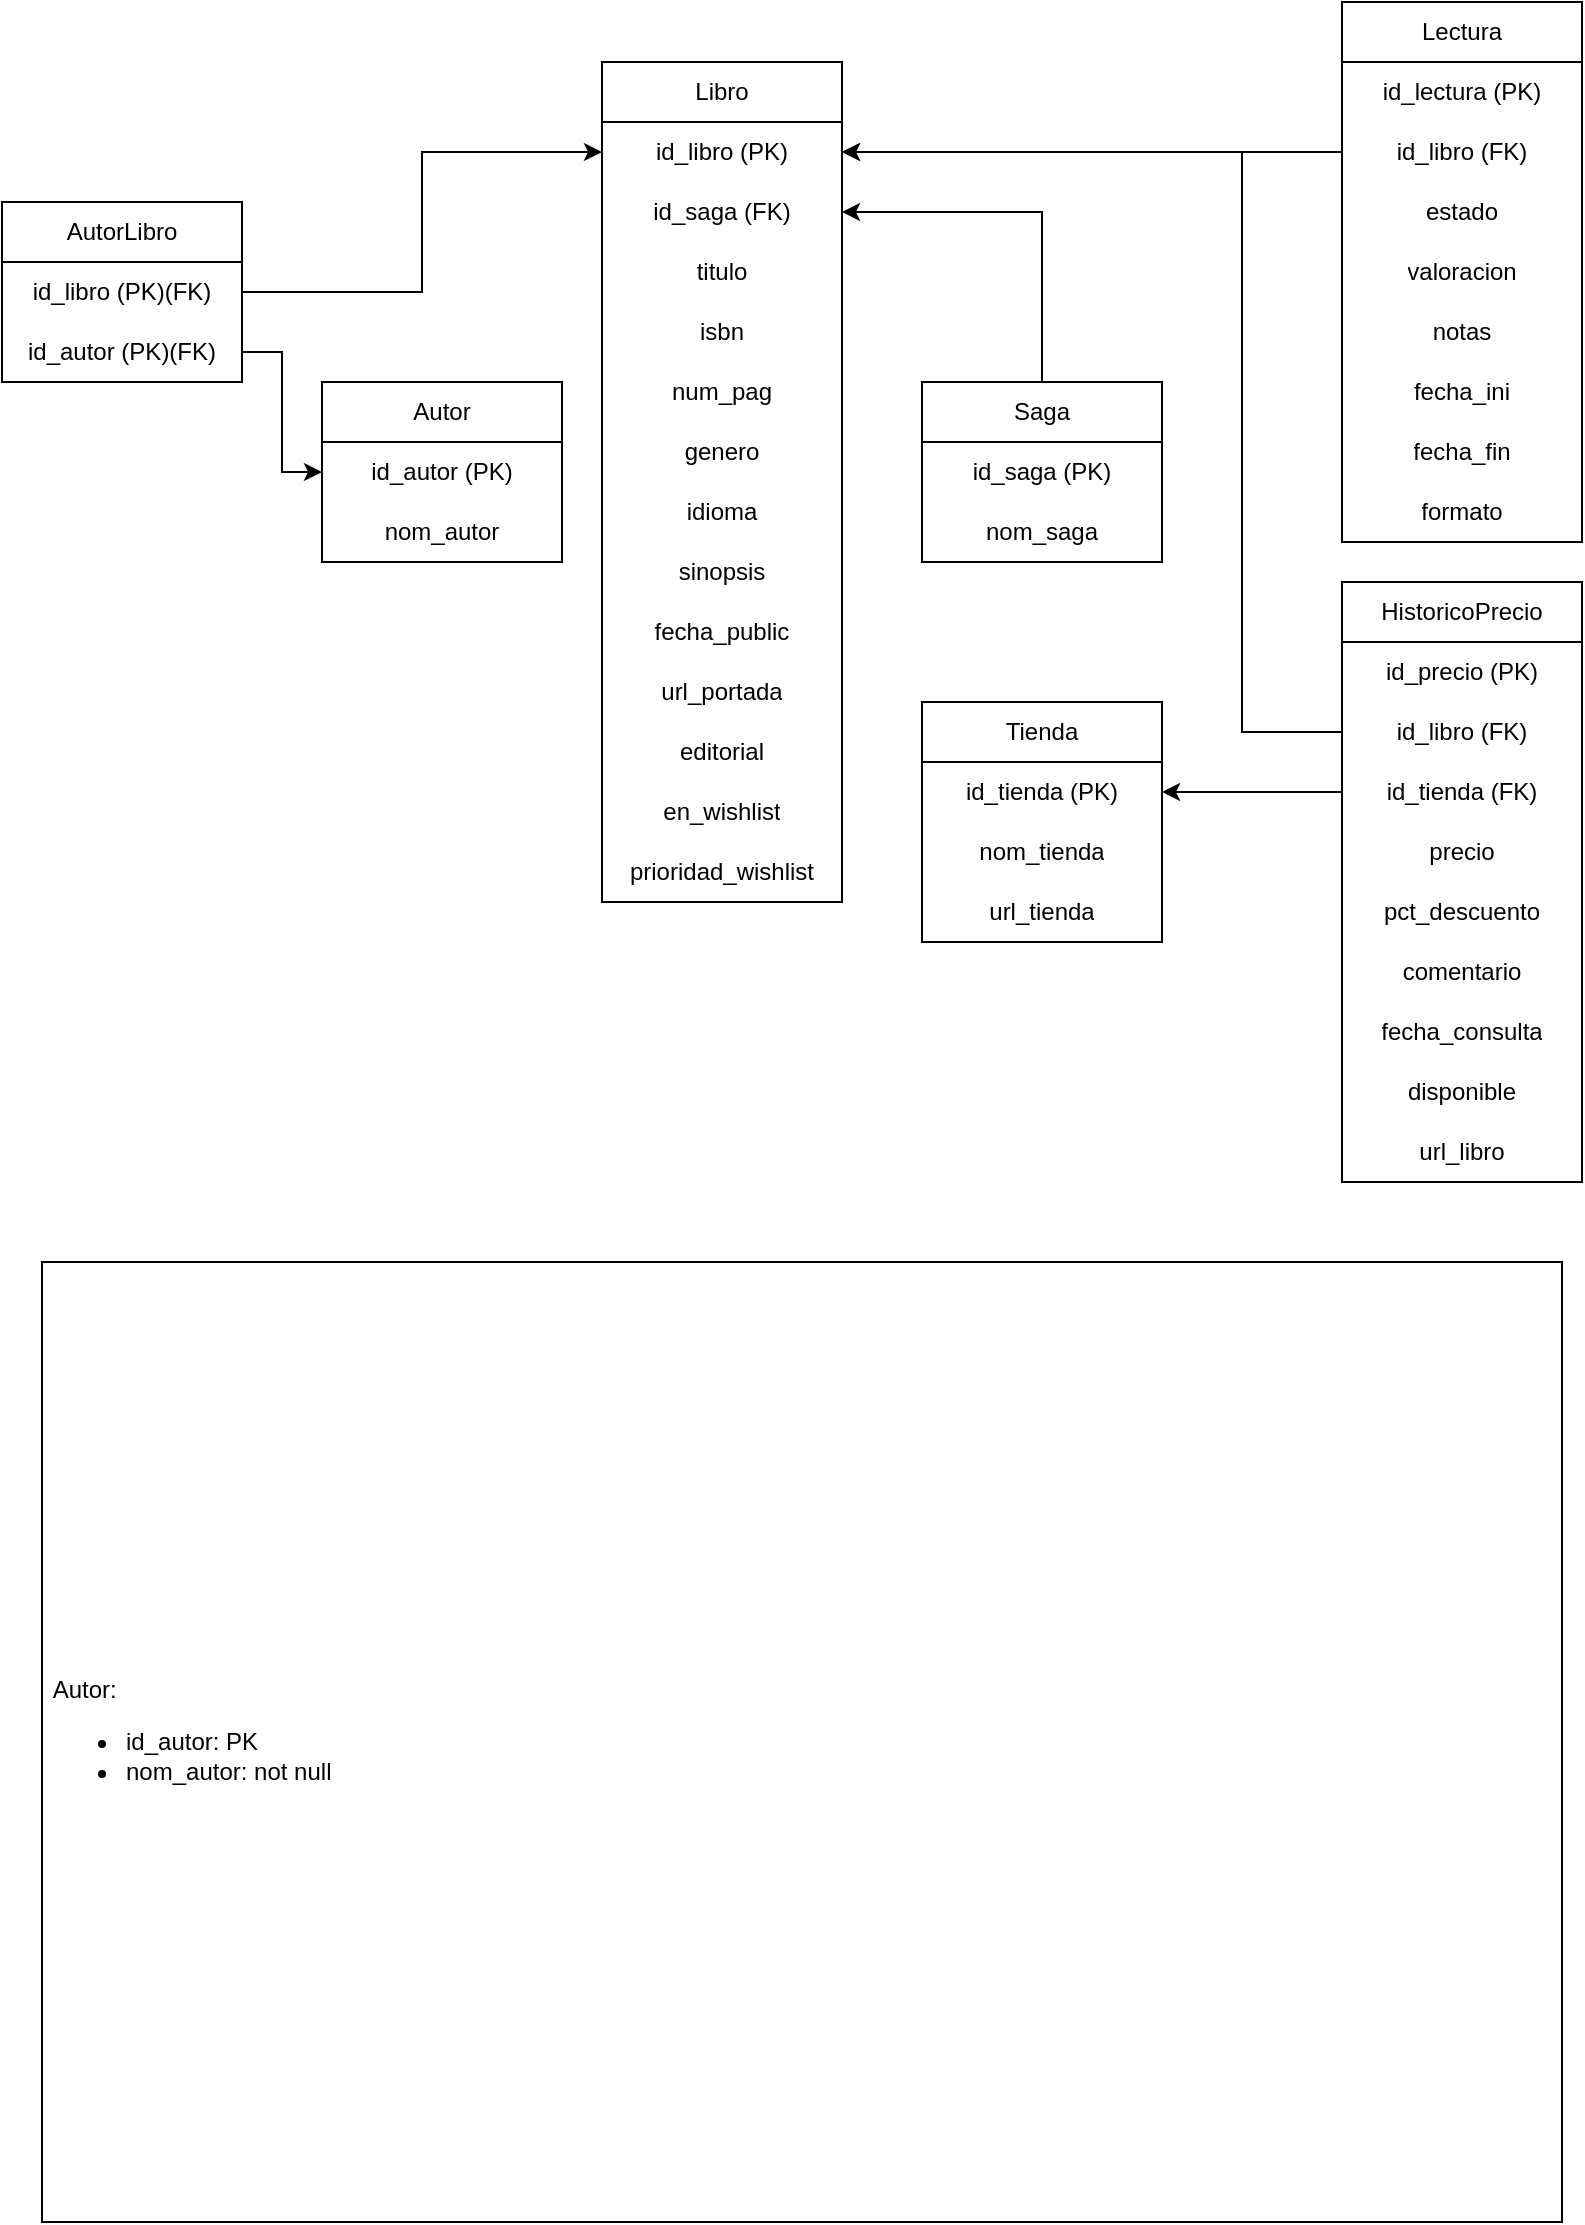
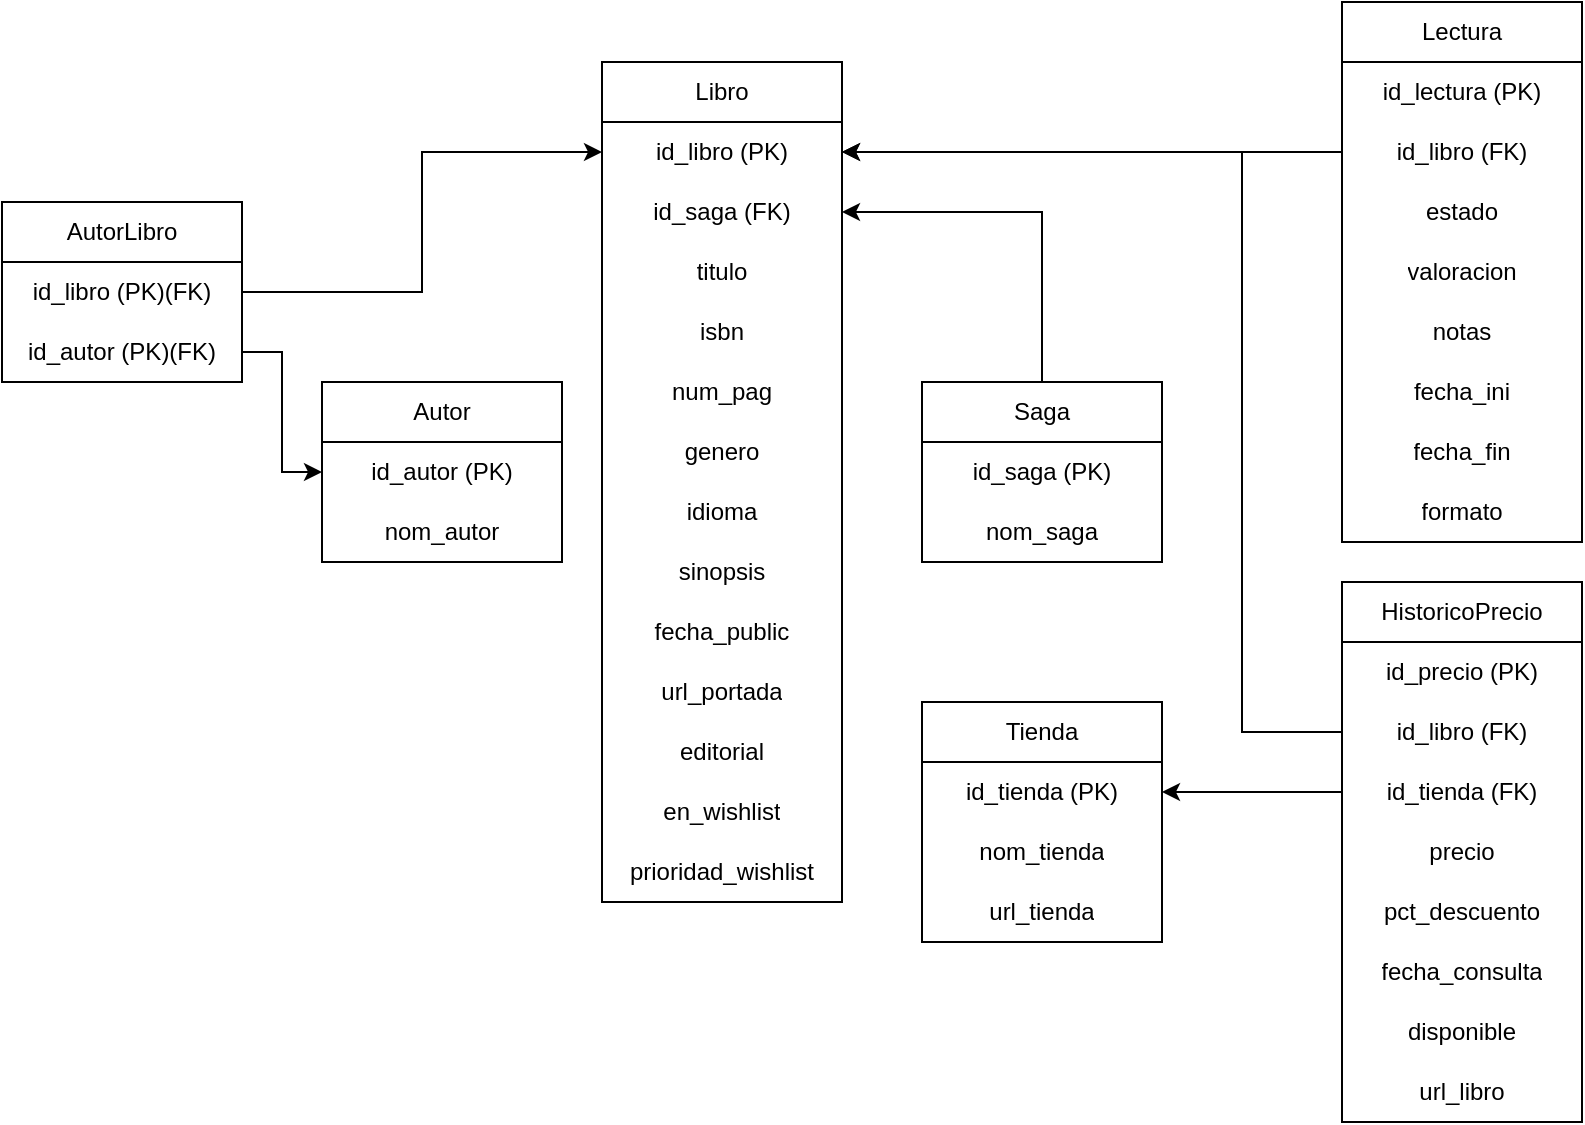
<mxfile host="app.diagrams.net">
  <diagram name="Page-1" id="43clveSkA00BWzA2pZKT">
    <mxGraphModel dx="1414" dy="777" grid="1" gridSize="10" guides="1" tooltips="1" connect="1" arrows="1" fold="1" page="1" pageScale="1" pageWidth="827" pageHeight="1169" math="0" shadow="0">
      <root>
        <mxCell id="0" />
        <mxCell id="1" parent="0" />
        <mxCell id="ughanFrk9LF8G0aV5Lb7-1" parent="1" style="swimlane;fontStyle=0;childLayout=stackLayout;horizontal=1;startSize=30;horizontalStack=0;resizeParent=1;resizeParentMax=0;resizeLast=0;collapsible=1;marginBottom=0;whiteSpace=wrap;html=1;" value="Libro" vertex="1">
          <mxGeometry height="420" width="120" x="320" y="40" as="geometry" />
        </mxCell>
        <mxCell id="ughanFrk9LF8G0aV5Lb7-6" parent="ughanFrk9LF8G0aV5Lb7-1" style="text;strokeColor=none;fillColor=none;align=center;verticalAlign=middle;spacingLeft=4;spacingRight=4;overflow=hidden;points=[[0,0.5],[1,0.5]];portConstraint=eastwest;rotatable=0;whiteSpace=wrap;html=1;" value="id_libro (PK)" vertex="1">
          <mxGeometry height="30" width="120" y="30" as="geometry" />
        </mxCell>
        <mxCell id="ughanFrk9LF8G0aV5Lb7-47" parent="ughanFrk9LF8G0aV5Lb7-1" style="text;strokeColor=none;fillColor=none;align=center;verticalAlign=middle;spacingLeft=4;spacingRight=4;overflow=hidden;points=[[0,0.5],[1,0.5]];portConstraint=eastwest;rotatable=0;whiteSpace=wrap;html=1;" value="id_saga (FK)" vertex="1">
          <mxGeometry height="30" width="120" y="60" as="geometry" />
        </mxCell>
        <mxCell id="ughanFrk9LF8G0aV5Lb7-7" parent="ughanFrk9LF8G0aV5Lb7-1" style="text;strokeColor=none;fillColor=none;align=center;verticalAlign=middle;spacingLeft=4;spacingRight=4;overflow=hidden;points=[[0,0.5],[1,0.5]];portConstraint=eastwest;rotatable=0;whiteSpace=wrap;html=1;" value="titulo" vertex="1">
          <mxGeometry height="30" width="120" y="90" as="geometry" />
        </mxCell>
        <mxCell id="ughanFrk9LF8G0aV5Lb7-8" parent="ughanFrk9LF8G0aV5Lb7-1" style="text;strokeColor=none;fillColor=none;align=center;verticalAlign=middle;spacingLeft=4;spacingRight=4;overflow=hidden;points=[[0,0.5],[1,0.5]];portConstraint=eastwest;rotatable=0;whiteSpace=wrap;html=1;" value="isbn" vertex="1">
          <mxGeometry height="30" width="120" y="120" as="geometry" />
        </mxCell>
        <mxCell id="ughanFrk9LF8G0aV5Lb7-9" parent="ughanFrk9LF8G0aV5Lb7-1" style="text;strokeColor=none;fillColor=none;align=center;verticalAlign=middle;spacingLeft=4;spacingRight=4;overflow=hidden;points=[[0,0.5],[1,0.5]];portConstraint=eastwest;rotatable=0;whiteSpace=wrap;html=1;" value="num_pag" vertex="1">
          <mxGeometry height="30" width="120" y="150" as="geometry" />
        </mxCell>
        <mxCell id="ughanFrk9LF8G0aV5Lb7-10" parent="ughanFrk9LF8G0aV5Lb7-1" style="text;strokeColor=none;fillColor=none;align=center;verticalAlign=middle;spacingLeft=4;spacingRight=4;overflow=hidden;points=[[0,0.5],[1,0.5]];portConstraint=eastwest;rotatable=0;whiteSpace=wrap;html=1;" value="genero" vertex="1">
          <mxGeometry height="30" width="120" y="180" as="geometry" />
        </mxCell>
        <mxCell id="ughanFrk9LF8G0aV5Lb7-11" parent="ughanFrk9LF8G0aV5Lb7-1" style="text;strokeColor=none;fillColor=none;align=center;verticalAlign=middle;spacingLeft=4;spacingRight=4;overflow=hidden;points=[[0,0.5],[1,0.5]];portConstraint=eastwest;rotatable=0;whiteSpace=wrap;html=1;" value="idioma" vertex="1">
          <mxGeometry height="30" width="120" y="210" as="geometry" />
        </mxCell>
        <mxCell id="ughanFrk9LF8G0aV5Lb7-12" parent="ughanFrk9LF8G0aV5Lb7-1" style="text;strokeColor=none;fillColor=none;align=center;verticalAlign=middle;spacingLeft=4;spacingRight=4;overflow=hidden;points=[[0,0.5],[1,0.5]];portConstraint=eastwest;rotatable=0;whiteSpace=wrap;html=1;" value="sinopsis" vertex="1">
          <mxGeometry height="30" width="120" y="240" as="geometry" />
        </mxCell>
        <mxCell id="ughanFrk9LF8G0aV5Lb7-13" parent="ughanFrk9LF8G0aV5Lb7-1" style="text;strokeColor=none;fillColor=none;align=center;verticalAlign=middle;spacingLeft=4;spacingRight=4;overflow=hidden;points=[[0,0.5],[1,0.5]];portConstraint=eastwest;rotatable=0;whiteSpace=wrap;html=1;" value="fecha_public" vertex="1">
          <mxGeometry height="30" width="120" y="270" as="geometry" />
        </mxCell>
        <mxCell id="ughanFrk9LF8G0aV5Lb7-14" parent="ughanFrk9LF8G0aV5Lb7-1" style="text;strokeColor=none;fillColor=none;align=center;verticalAlign=middle;spacingLeft=4;spacingRight=4;overflow=hidden;points=[[0,0.5],[1,0.5]];portConstraint=eastwest;rotatable=0;whiteSpace=wrap;html=1;" value="url_portada" vertex="1">
          <mxGeometry height="30" width="120" y="300" as="geometry" />
        </mxCell>
        <mxCell id="ughanFrk9LF8G0aV5Lb7-5" parent="ughanFrk9LF8G0aV5Lb7-1" style="text;strokeColor=none;fillColor=none;align=center;verticalAlign=middle;spacingLeft=4;spacingRight=4;overflow=hidden;points=[[0,0.5],[1,0.5]];portConstraint=eastwest;rotatable=0;whiteSpace=wrap;html=1;" value="editorial" vertex="1">
          <mxGeometry height="30" width="120" y="330" as="geometry" />
        </mxCell>
        <mxCell id="ughanFrk9LF8G0aV5Lb7-3" parent="ughanFrk9LF8G0aV5Lb7-1" style="text;strokeColor=none;fillColor=none;align=center;verticalAlign=middle;spacingLeft=4;spacingRight=4;overflow=hidden;points=[[0,0.5],[1,0.5]];portConstraint=eastwest;rotatable=0;whiteSpace=wrap;html=1;" value="en_wishlist" vertex="1">
          <mxGeometry height="30" width="120" y="360" as="geometry" />
        </mxCell>
        <mxCell id="ughanFrk9LF8G0aV5Lb7-4" parent="ughanFrk9LF8G0aV5Lb7-1" style="text;strokeColor=none;fillColor=none;align=center;verticalAlign=middle;spacingLeft=4;spacingRight=4;overflow=hidden;points=[[0,0.5],[1,0.5]];portConstraint=eastwest;rotatable=0;whiteSpace=wrap;html=1;" value="prioridad_wishlist" vertex="1">
          <mxGeometry height="30" width="120" y="390" as="geometry" />
        </mxCell>
        <mxCell id="ughanFrk9LF8G0aV5Lb7-49" edge="1" parent="1" source="ughanFrk9LF8G0aV5Lb7-15" style="edgeStyle=orthogonalEdgeStyle;rounded=0;orthogonalLoop=1;jettySize=auto;html=1;" target="ughanFrk9LF8G0aV5Lb7-47">
          <mxGeometry relative="1" as="geometry" />
        </mxCell>
        <mxCell id="ughanFrk9LF8G0aV5Lb7-15" parent="1" style="swimlane;fontStyle=0;childLayout=stackLayout;horizontal=1;startSize=30;horizontalStack=0;resizeParent=1;resizeParentMax=0;resizeLast=0;collapsible=1;marginBottom=0;whiteSpace=wrap;html=1;" value="Saga" vertex="1">
          <mxGeometry height="90" width="120" x="480" y="200" as="geometry" />
        </mxCell>
        <mxCell id="ughanFrk9LF8G0aV5Lb7-16" parent="ughanFrk9LF8G0aV5Lb7-15" style="text;strokeColor=none;fillColor=none;align=center;verticalAlign=middle;spacingLeft=4;spacingRight=4;overflow=hidden;points=[[0,0.5],[1,0.5]];portConstraint=eastwest;rotatable=0;whiteSpace=wrap;html=1;" value="id_saga (PK)" vertex="1">
          <mxGeometry height="30" width="120" y="30" as="geometry" />
        </mxCell>
        <mxCell id="ughanFrk9LF8G0aV5Lb7-17" parent="ughanFrk9LF8G0aV5Lb7-15" style="text;strokeColor=none;fillColor=none;align=center;verticalAlign=middle;spacingLeft=4;spacingRight=4;overflow=hidden;points=[[0,0.5],[1,0.5]];portConstraint=eastwest;rotatable=0;whiteSpace=wrap;html=1;" value="nom_saga" vertex="1">
          <mxGeometry height="30" width="120" y="60" as="geometry" />
        </mxCell>
        <mxCell id="ughanFrk9LF8G0aV5Lb7-21" parent="1" style="swimlane;fontStyle=0;childLayout=stackLayout;horizontal=1;startSize=30;horizontalStack=0;resizeParent=1;resizeParentMax=0;resizeLast=0;collapsible=1;marginBottom=0;whiteSpace=wrap;html=1;" value="Autor" vertex="1">
          <mxGeometry height="90" width="120" x="180" y="200" as="geometry" />
        </mxCell>
        <mxCell id="ughanFrk9LF8G0aV5Lb7-22" parent="ughanFrk9LF8G0aV5Lb7-21" style="text;strokeColor=none;fillColor=none;align=center;verticalAlign=middle;spacingLeft=4;spacingRight=4;overflow=hidden;points=[[0,0.5],[1,0.5]];portConstraint=eastwest;rotatable=0;whiteSpace=wrap;html=1;" value="id_autor (PK)" vertex="1">
          <mxGeometry height="30" width="120" y="30" as="geometry" />
        </mxCell>
        <mxCell id="ughanFrk9LF8G0aV5Lb7-23" parent="ughanFrk9LF8G0aV5Lb7-21" style="text;strokeColor=none;fillColor=none;align=center;verticalAlign=middle;spacingLeft=4;spacingRight=4;overflow=hidden;points=[[0,0.5],[1,0.5]];portConstraint=eastwest;rotatable=0;whiteSpace=wrap;html=1;" value="nom_autor" vertex="1">
          <mxGeometry height="30" width="120" y="60" as="geometry" />
        </mxCell>
        <mxCell id="ughanFrk9LF8G0aV5Lb7-24" parent="1" style="swimlane;fontStyle=0;childLayout=stackLayout;horizontal=1;startSize=30;horizontalStack=0;resizeParent=1;resizeParentMax=0;resizeLast=0;collapsible=1;marginBottom=0;whiteSpace=wrap;html=1;" value="Lectura" vertex="1">
          <mxGeometry height="270" width="120" x="690" y="10" as="geometry" />
        </mxCell>
        <mxCell id="ughanFrk9LF8G0aV5Lb7-25" parent="ughanFrk9LF8G0aV5Lb7-24" style="text;strokeColor=none;fillColor=none;align=center;verticalAlign=middle;spacingLeft=4;spacingRight=4;overflow=hidden;points=[[0,0.5],[1,0.5]];portConstraint=eastwest;rotatable=0;whiteSpace=wrap;html=1;" value="id_lectura (PK)" vertex="1">
          <mxGeometry height="30" width="120" y="30" as="geometry" />
        </mxCell>
        <mxCell id="ughanFrk9LF8G0aV5Lb7-52" parent="ughanFrk9LF8G0aV5Lb7-24" style="text;strokeColor=none;fillColor=none;align=center;verticalAlign=middle;spacingLeft=4;spacingRight=4;overflow=hidden;points=[[0,0.5],[1,0.5]];portConstraint=eastwest;rotatable=0;whiteSpace=wrap;html=1;" value="id_libro (FK)" vertex="1">
          <mxGeometry height="30" width="120" y="60" as="geometry" />
        </mxCell>
        <mxCell id="ughanFrk9LF8G0aV5Lb7-69" parent="ughanFrk9LF8G0aV5Lb7-24" style="text;strokeColor=none;fillColor=none;align=center;verticalAlign=middle;spacingLeft=4;spacingRight=4;overflow=hidden;points=[[0,0.5],[1,0.5]];portConstraint=eastwest;rotatable=0;whiteSpace=wrap;html=1;" value="estado" vertex="1">
          <mxGeometry height="30" width="120" y="90" as="geometry" />
        </mxCell>
        <mxCell id="ughanFrk9LF8G0aV5Lb7-26" parent="ughanFrk9LF8G0aV5Lb7-24" style="text;strokeColor=none;fillColor=none;align=center;verticalAlign=middle;spacingLeft=4;spacingRight=4;overflow=hidden;points=[[0,0.5],[1,0.5]];portConstraint=eastwest;rotatable=0;whiteSpace=wrap;html=1;" value="valoracion" vertex="1">
          <mxGeometry height="30" width="120" y="120" as="geometry" />
        </mxCell>
        <mxCell id="ughanFrk9LF8G0aV5Lb7-30" parent="ughanFrk9LF8G0aV5Lb7-24" style="text;strokeColor=none;fillColor=none;align=center;verticalAlign=middle;spacingLeft=4;spacingRight=4;overflow=hidden;points=[[0,0.5],[1,0.5]];portConstraint=eastwest;rotatable=0;whiteSpace=wrap;html=1;" value="notas" vertex="1">
          <mxGeometry height="30" width="120" y="150" as="geometry" />
        </mxCell>
        <mxCell id="ughanFrk9LF8G0aV5Lb7-29" parent="ughanFrk9LF8G0aV5Lb7-24" style="text;strokeColor=none;fillColor=none;align=center;verticalAlign=middle;spacingLeft=4;spacingRight=4;overflow=hidden;points=[[0,0.5],[1,0.5]];portConstraint=eastwest;rotatable=0;whiteSpace=wrap;html=1;" value="fecha_ini" vertex="1">
          <mxGeometry height="30" width="120" y="180" as="geometry" />
        </mxCell>
        <mxCell id="ughanFrk9LF8G0aV5Lb7-28" parent="ughanFrk9LF8G0aV5Lb7-24" style="text;strokeColor=none;fillColor=none;align=center;verticalAlign=middle;spacingLeft=4;spacingRight=4;overflow=hidden;points=[[0,0.5],[1,0.5]];portConstraint=eastwest;rotatable=0;whiteSpace=wrap;html=1;" value="fecha_fin" vertex="1">
          <mxGeometry height="30" width="120" y="210" as="geometry" />
        </mxCell>
        <mxCell id="ughanFrk9LF8G0aV5Lb7-27" parent="ughanFrk9LF8G0aV5Lb7-24" style="text;strokeColor=none;fillColor=none;align=center;verticalAlign=middle;spacingLeft=4;spacingRight=4;overflow=hidden;points=[[0,0.5],[1,0.5]];portConstraint=eastwest;rotatable=0;whiteSpace=wrap;html=1;" value="formato" vertex="1">
          <mxGeometry height="30" width="120" y="240" as="geometry" />
        </mxCell>
        <mxCell id="ughanFrk9LF8G0aV5Lb7-35" parent="1" style="swimlane;fontStyle=0;childLayout=stackLayout;horizontal=1;startSize=30;horizontalStack=0;resizeParent=1;resizeParentMax=0;resizeLast=0;collapsible=1;marginBottom=0;whiteSpace=wrap;html=1;" value="Tienda" vertex="1">
          <mxGeometry height="120" width="120" x="480" y="360" as="geometry" />
        </mxCell>
        <mxCell id="ughanFrk9LF8G0aV5Lb7-36" parent="ughanFrk9LF8G0aV5Lb7-35" style="text;strokeColor=none;fillColor=none;align=center;verticalAlign=middle;spacingLeft=4;spacingRight=4;overflow=hidden;points=[[0,0.5],[1,0.5]];portConstraint=eastwest;rotatable=0;whiteSpace=wrap;html=1;" value="id_tienda (PK)" vertex="1">
          <mxGeometry height="30" width="120" y="30" as="geometry" />
        </mxCell>
        <mxCell id="ughanFrk9LF8G0aV5Lb7-37" parent="ughanFrk9LF8G0aV5Lb7-35" style="text;strokeColor=none;fillColor=none;align=center;verticalAlign=middle;spacingLeft=4;spacingRight=4;overflow=hidden;points=[[0,0.5],[1,0.5]];portConstraint=eastwest;rotatable=0;whiteSpace=wrap;html=1;" value="nom_tienda" vertex="1">
          <mxGeometry height="30" width="120" y="60" as="geometry" />
        </mxCell>
        <mxCell id="ughanFrk9LF8G0aV5Lb7-38" parent="ughanFrk9LF8G0aV5Lb7-35" style="text;strokeColor=none;fillColor=none;align=center;verticalAlign=middle;spacingLeft=4;spacingRight=4;overflow=hidden;points=[[0,0.5],[1,0.5]];portConstraint=eastwest;rotatable=0;whiteSpace=wrap;html=1;" value="url_tienda" vertex="1">
          <mxGeometry height="30" width="120" y="90" as="geometry" />
        </mxCell>
        <mxCell id="ughanFrk9LF8G0aV5Lb7-39" parent="1" style="swimlane;fontStyle=0;childLayout=stackLayout;horizontal=1;startSize=30;horizontalStack=0;resizeParent=1;resizeParentMax=0;resizeLast=0;collapsible=1;marginBottom=0;whiteSpace=wrap;html=1;" value="HistoricoPrecio" vertex="1">
-           <mxGeometry height="300" width="120" x="690" y="300" as="geometry" />
+           <mxGeometry height="270" width="120" x="690" y="300" as="geometry" />
        </mxCell>
        <mxCell id="ughanFrk9LF8G0aV5Lb7-40" parent="ughanFrk9LF8G0aV5Lb7-39" style="text;strokeColor=none;fillColor=none;align=center;verticalAlign=middle;spacingLeft=4;spacingRight=4;overflow=hidden;points=[[0,0.5],[1,0.5]];portConstraint=eastwest;rotatable=0;whiteSpace=wrap;html=1;" value="id_precio (PK)" vertex="1">
          <mxGeometry height="30" width="120" y="30" as="geometry" />
        </mxCell>
        <mxCell id="ughanFrk9LF8G0aV5Lb7-63" parent="ughanFrk9LF8G0aV5Lb7-39" style="text;strokeColor=none;fillColor=none;align=center;verticalAlign=middle;spacingLeft=4;spacingRight=4;overflow=hidden;points=[[0,0.5],[1,0.5]];portConstraint=eastwest;rotatable=0;whiteSpace=wrap;html=1;" value="id_libro (FK)" vertex="1">
          <mxGeometry height="30" width="120" y="60" as="geometry" />
        </mxCell>
        <mxCell id="ughanFrk9LF8G0aV5Lb7-67" parent="ughanFrk9LF8G0aV5Lb7-39" style="text;strokeColor=none;fillColor=none;align=center;verticalAlign=middle;spacingLeft=4;spacingRight=4;overflow=hidden;points=[[0,0.5],[1,0.5]];portConstraint=eastwest;rotatable=0;whiteSpace=wrap;html=1;" value="id_tienda (FK)" vertex="1">
          <mxGeometry height="30" width="120" y="90" as="geometry" />
        </mxCell>
        <mxCell id="ughanFrk9LF8G0aV5Lb7-41" parent="ughanFrk9LF8G0aV5Lb7-39" style="text;strokeColor=none;fillColor=none;align=center;verticalAlign=middle;spacingLeft=4;spacingRight=4;overflow=hidden;points=[[0,0.5],[1,0.5]];portConstraint=eastwest;rotatable=0;whiteSpace=wrap;html=1;" value="precio" vertex="1">
          <mxGeometry height="30" width="120" y="120" as="geometry" />
        </mxCell>
        <mxCell id="ughanFrk9LF8G0aV5Lb7-42" parent="ughanFrk9LF8G0aV5Lb7-39" style="text;strokeColor=none;fillColor=none;align=center;verticalAlign=middle;spacingLeft=4;spacingRight=4;overflow=hidden;points=[[0,0.5],[1,0.5]];portConstraint=eastwest;rotatable=0;whiteSpace=wrap;html=1;" value="pct_descuento" vertex="1">
          <mxGeometry height="30" width="120" y="150" as="geometry" />
        </mxCell>
-         <mxCell id="ughanFrk9LF8G0aV5Lb7-43" parent="ughanFrk9LF8G0aV5Lb7-39" style="text;strokeColor=none;fillColor=none;align=center;verticalAlign=middle;spacingLeft=4;spacingRight=4;overflow=hidden;points=[[0,0.5],[1,0.5]];portConstraint=eastwest;rotatable=0;whiteSpace=wrap;html=1;" value="comentario" vertex="1">
+         <mxCell id="ughanFrk9LF8G0aV5Lb7-44" parent="ughanFrk9LF8G0aV5Lb7-39" style="text;strokeColor=none;fillColor=none;align=center;verticalAlign=middle;spacingLeft=4;spacingRight=4;overflow=hidden;points=[[0,0.5],[1,0.5]];portConstraint=eastwest;rotatable=0;whiteSpace=wrap;html=1;" value="fecha_consulta" vertex="1">
          <mxGeometry height="30" width="120" y="180" as="geometry" />
        </mxCell>
-         <mxCell id="ughanFrk9LF8G0aV5Lb7-44" parent="ughanFrk9LF8G0aV5Lb7-39" style="text;strokeColor=none;fillColor=none;align=center;verticalAlign=middle;spacingLeft=4;spacingRight=4;overflow=hidden;points=[[0,0.5],[1,0.5]];portConstraint=eastwest;rotatable=0;whiteSpace=wrap;html=1;" value="fecha_consulta" vertex="1">
+         <mxCell id="ughanFrk9LF8G0aV5Lb7-45" parent="ughanFrk9LF8G0aV5Lb7-39" style="text;strokeColor=none;fillColor=none;align=center;verticalAlign=middle;spacingLeft=4;spacingRight=4;overflow=hidden;points=[[0,0.5],[1,0.5]];portConstraint=eastwest;rotatable=0;whiteSpace=wrap;html=1;" value="disponible" vertex="1">
          <mxGeometry height="30" width="120" y="210" as="geometry" />
        </mxCell>
-         <mxCell id="ughanFrk9LF8G0aV5Lb7-45" parent="ughanFrk9LF8G0aV5Lb7-39" style="text;strokeColor=none;fillColor=none;align=center;verticalAlign=middle;spacingLeft=4;spacingRight=4;overflow=hidden;points=[[0,0.5],[1,0.5]];portConstraint=eastwest;rotatable=0;whiteSpace=wrap;html=1;" value="disponible" vertex="1">
+         <mxCell id="ughanFrk9LF8G0aV5Lb7-46" parent="ughanFrk9LF8G0aV5Lb7-39" style="text;strokeColor=none;fillColor=none;align=center;verticalAlign=middle;spacingLeft=4;spacingRight=4;overflow=hidden;points=[[0,0.5],[1,0.5]];portConstraint=eastwest;rotatable=0;whiteSpace=wrap;html=1;" value="url_libro" vertex="1">
          <mxGeometry height="30" width="120" y="240" as="geometry" />
-         </mxCell>
-         <mxCell id="ughanFrk9LF8G0aV5Lb7-46" parent="ughanFrk9LF8G0aV5Lb7-39" style="text;strokeColor=none;fillColor=none;align=center;verticalAlign=middle;spacingLeft=4;spacingRight=4;overflow=hidden;points=[[0,0.5],[1,0.5]];portConstraint=eastwest;rotatable=0;whiteSpace=wrap;html=1;" value="url_libro" vertex="1">
-           <mxGeometry height="30" width="120" y="270" as="geometry" />
        </mxCell>
        <mxCell id="ughanFrk9LF8G0aV5Lb7-58" parent="1" style="swimlane;fontStyle=0;childLayout=stackLayout;horizontal=1;startSize=30;horizontalStack=0;resizeParent=1;resizeParentMax=0;resizeLast=0;collapsible=1;marginBottom=0;whiteSpace=wrap;html=1;" value="AutorLibro" vertex="1">
          <mxGeometry height="90" width="120" x="20" y="110" as="geometry" />
        </mxCell>
        <mxCell id="ughanFrk9LF8G0aV5Lb7-60" parent="ughanFrk9LF8G0aV5Lb7-58" style="text;strokeColor=none;fillColor=none;align=center;verticalAlign=middle;spacingLeft=4;spacingRight=4;overflow=hidden;points=[[0,0.5],[1,0.5]];portConstraint=eastwest;rotatable=0;whiteSpace=wrap;html=1;" value="id_libro (PK)(FK)" vertex="1">
          <mxGeometry height="30" width="120" y="30" as="geometry" />
        </mxCell>
        <mxCell id="ughanFrk9LF8G0aV5Lb7-59" parent="ughanFrk9LF8G0aV5Lb7-58" style="text;strokeColor=none;fillColor=none;align=center;verticalAlign=middle;spacingLeft=4;spacingRight=4;overflow=hidden;points=[[0,0.5],[1,0.5]];portConstraint=eastwest;rotatable=0;whiteSpace=wrap;html=1;" value="id_autor (PK)(FK)" vertex="1">
          <mxGeometry height="30" width="120" y="60" as="geometry" />
        </mxCell>
        <mxCell id="ughanFrk9LF8G0aV5Lb7-61" edge="1" parent="1" source="ughanFrk9LF8G0aV5Lb7-59" style="edgeStyle=orthogonalEdgeStyle;rounded=0;orthogonalLoop=1;jettySize=auto;html=1;" target="ughanFrk9LF8G0aV5Lb7-22">
          <mxGeometry relative="1" as="geometry" />
        </mxCell>
        <mxCell id="ughanFrk9LF8G0aV5Lb7-62" edge="1" parent="1" source="ughanFrk9LF8G0aV5Lb7-60" style="edgeStyle=orthogonalEdgeStyle;rounded=0;orthogonalLoop=1;jettySize=auto;html=1;" target="ughanFrk9LF8G0aV5Lb7-6">
          <mxGeometry relative="1" as="geometry" />
        </mxCell>
        <mxCell id="ughanFrk9LF8G0aV5Lb7-64" edge="1" parent="1" source="ughanFrk9LF8G0aV5Lb7-63" style="edgeStyle=orthogonalEdgeStyle;rounded=0;orthogonalLoop=1;jettySize=auto;html=1;" target="ughanFrk9LF8G0aV5Lb7-6">
          <mxGeometry relative="1" as="geometry">
            <Array as="points">
              <mxPoint x="640" y="375" />
              <mxPoint x="640" y="85" />
            </Array>
          </mxGeometry>
        </mxCell>
        <mxCell id="ughanFrk9LF8G0aV5Lb7-65" edge="1" parent="1" source="ughanFrk9LF8G0aV5Lb7-52" style="edgeStyle=orthogonalEdgeStyle;rounded=0;orthogonalLoop=1;jettySize=auto;html=1;" target="ughanFrk9LF8G0aV5Lb7-6">
          <mxGeometry relative="1" as="geometry" />
        </mxCell>
        <mxCell id="ughanFrk9LF8G0aV5Lb7-68" edge="1" parent="1" source="ughanFrk9LF8G0aV5Lb7-67" style="edgeStyle=orthogonalEdgeStyle;rounded=0;orthogonalLoop=1;jettySize=auto;html=1;" target="ughanFrk9LF8G0aV5Lb7-36">
          <mxGeometry relative="1" as="geometry" />
        </mxCell>
-         <mxCell id="OIEvG7NVfLPwp1SH0FSh-1" parent="1" style="rounded=0;whiteSpace=wrap;html=1;align=left;" value="&amp;nbsp;Autor:&lt;div&gt;&lt;ul&gt;&lt;li&gt;id_autor: PK&lt;/li&gt;&lt;li&gt;nom_autor: not null&lt;/li&gt;&lt;/ul&gt;&lt;/div&gt;" vertex="1">
-           <mxGeometry height="480" width="760" x="40" y="640" as="geometry" />
-         </mxCell>
      </root>
    </mxGraphModel>
  </diagram>
</mxfile>
